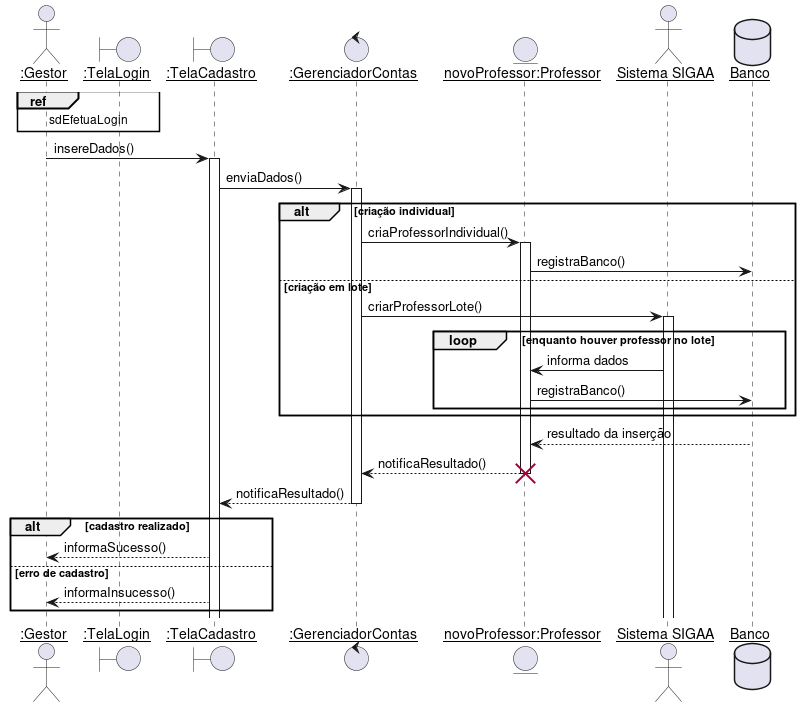
Above: diagramas/sequencia/manter_professor.png in Pedro-V/projetorium (PlantUML), before the change. Its diagram source:
```plantuml
@startuml
skinparam sequenceParticipant underline

actor ":Gestor" as Gestor
boundary ":TelaLogin"   as TelaLogin
boundary ":TelaCadastro"    as TelaCadastro
control ":GerenciadorContas" as GerenciadorContas
entity "novoProfessor:Professor" as novoProfessor
actor "Sistema SIGAA" as SIGAA
database Banco

ref over Gestor, TelaLogin : sdEfetuaLogin

Gestor -> TelaCadastro ++: insereDados()
TelaCadastro -> GerenciadorContas ++: enviaDados()
alt criação individual
    GerenciadorContas -> novoProfessor ++: criaProfessorIndividual()
    novoProfessor -> Banco : registraBanco()
else criação em lote
    GerenciadorContas -> SIGAA ++: criarProfessorLote()
    loop enquanto houver professor no lote
        SIGAA -> novoProfessor : informa dados
        novoProfessor -> Banco : registraBanco()
    end
end
Banco --> novoProfessor : resultado da inserção
novoProfessor --> GerenciadorContas --: notificaResultado()
destroy novoProfessor
GerenciadorContas --> TelaCadastro --: notificaResultado()

alt cadastro realizado
    TelaCadastro --> Gestor : informaSucesso()
else erro de cadastro
    TelaCadastro --> Gestor : informaInsucesso()
end
@enduml
```
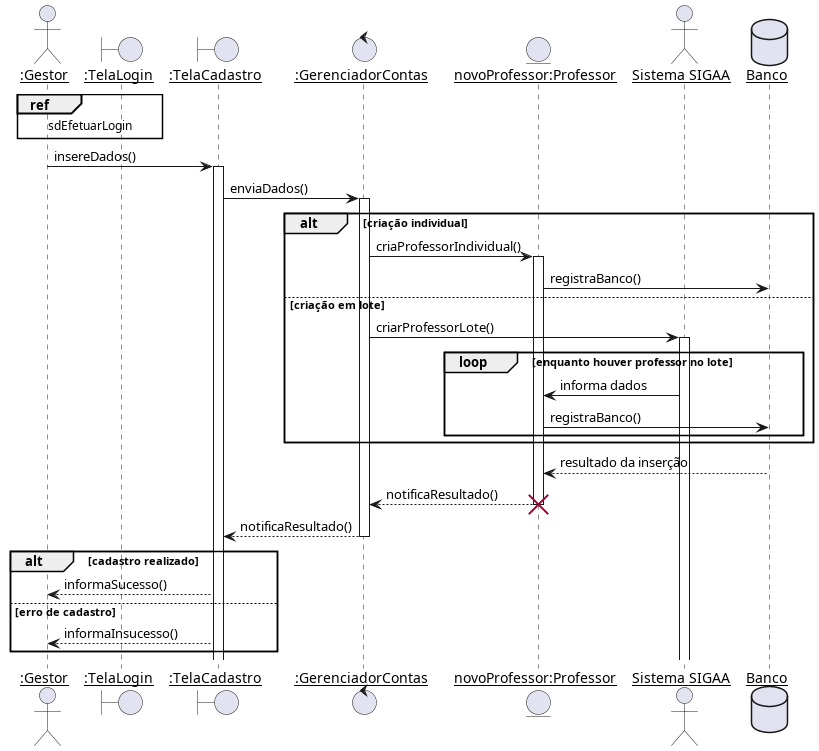
After the commit.

What changed in the source:
```diff
@@ -9,7 +9,7 @@
 actor "Sistema SIGAA" as SIGAA
 database Banco
 
-ref over Gestor, TelaLogin : sdEfetuaLogin
+ref over Gestor, TelaLogin : sdEfetuarLogin
 
 Gestor -> TelaCadastro ++: insereDados()
 TelaCadastro -> GerenciadorContas ++: enviaDados()
```
